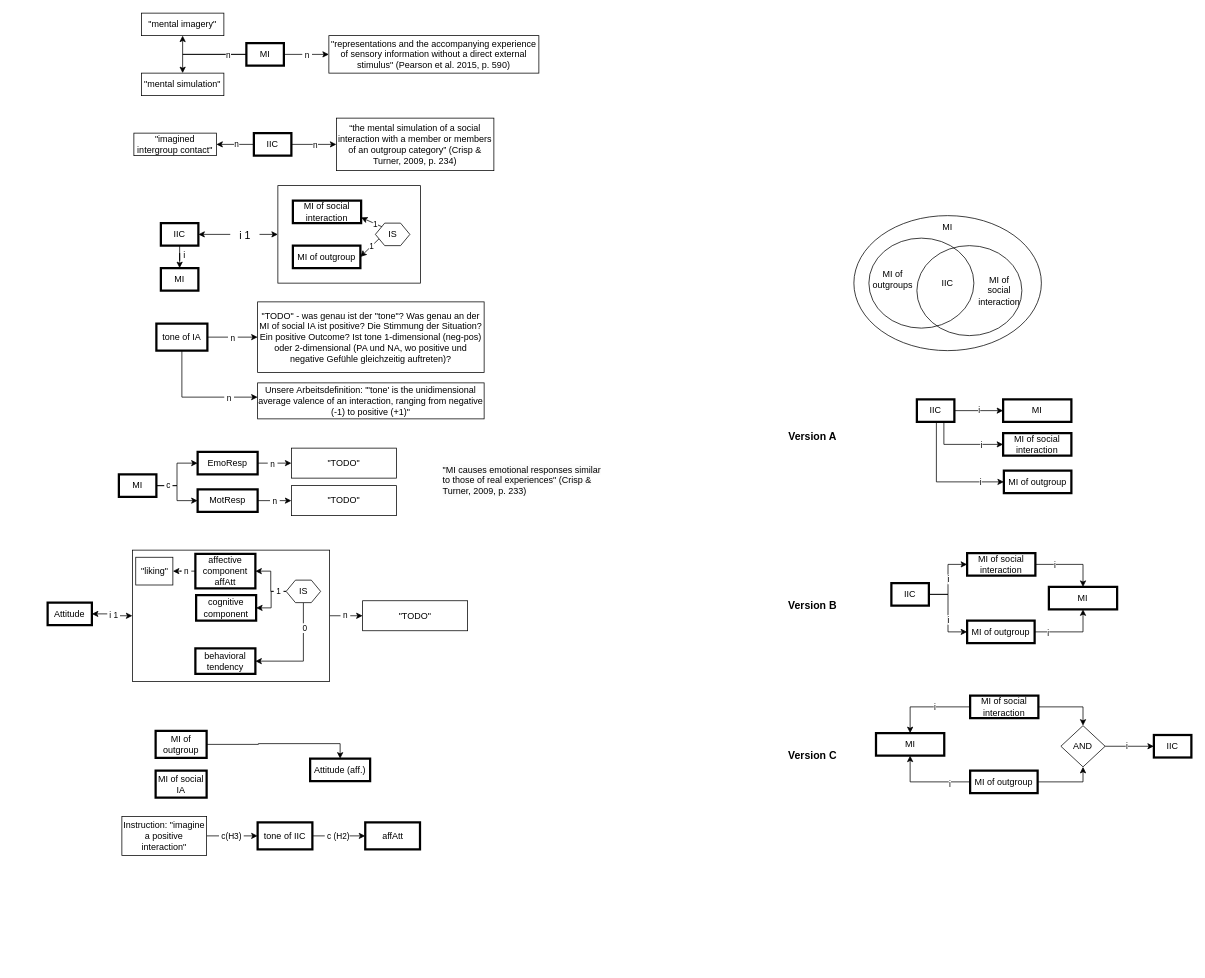
Above: VAST/ICH-VAST.drawio in alpkaanaksu/imagined-contact-hypothesis (draw.io), before the change. Source tidied: cells renumbered, new cells numbered last; positions are measured from the earlier drawing's top-left corner, leaving out a move shared by most shapes. Both pictures are drawn from the tidied source at 75%, with x=0, y=0 at pixel (47, 13).
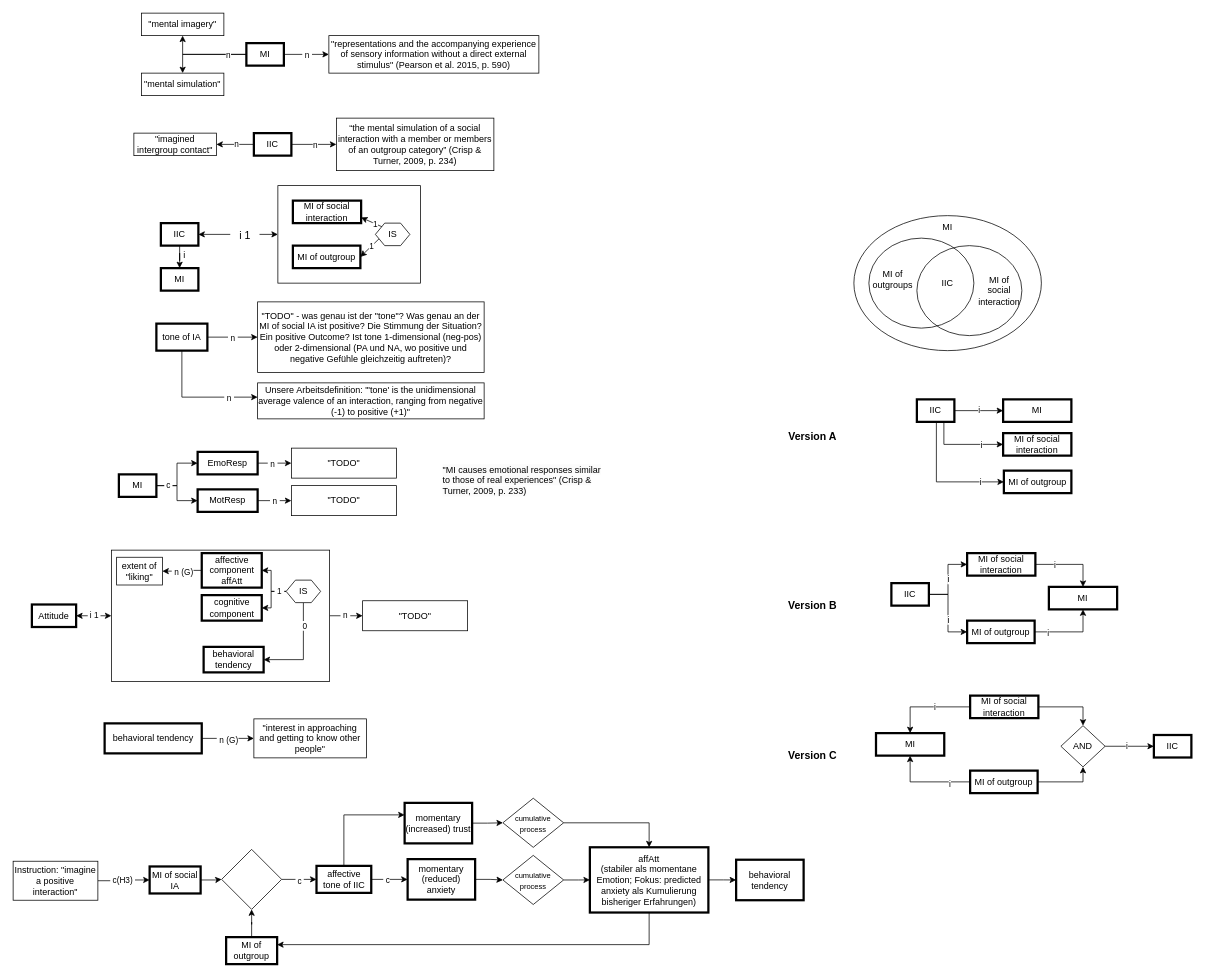
After the change.

The change refers to these unchanged cells:
```xml
<mxCell id="98" style="edgeStyle=orthogonalEdgeStyle;rounded=0;jettySize=auto;html=1;" parent="1" edge="1" source="100" target="111">
  <mxGeometry relative="1" as="geometry" />
</mxCell>
<mxCell id="112" style="edgeStyle=orthogonalEdgeStyle;rounded=0;jettySize=auto;html=1;" parent="1" edge="1" source="114" target="125">
  <mxGeometry relative="1" as="geometry" />
</mxCell>
<mxCell id="123" value="IS" style="verticalLabelPosition=middle;verticalAlign=middle;html=1;shape=hexagon;perimeter=hexagonPerimeter2;arcSize=6;size=0.27;align=center;labelPosition=center;" parent="1" vertex="1">
  <mxGeometry x="318" y="756" width="46" height="30" as="geometry" />
</mxCell>
```

The edit, as a diff of the source:
```diff
@@
     <mxCell id="6" style="rounded=0;whiteSpace=wrap;html=1;" parent="1" vertex="1">
-      <mxGeometry x="113" y="716" width="263" height="175" as="geometry" />
+      <mxGeometry x="85" y="716" width="291" height="175" as="geometry" />
     </mxCell>
@@
-    <mxCell id="94" style="edgeStyle=orthogonalEdgeStyle;rounded=0;jettySize=auto;html=1;" parent="1" edge="1" source="95" target="96">
-      <mxGeometry relative="1" as="geometry" />
-    </mxCell>
+    <mxCell id="126" style="edgeStyle=orthogonalEdgeStyle;rounded=0;jettySize=auto;html=1;" parent="1" edge="1" source="95" target="136">
+      <mxGeometry relative="1" as="geometry" />
+    </mxCell>
     <mxCell id="95" value="MI of outgroup" style="rounded=0;whiteSpace=wrap;html=1;strokeWidth=3;" parent="1" vertex="1">
-      <mxGeometry x="144" y="957" width="68" height="36" as="geometry" />
+      <mxGeometry x="238" y="1232" width="68" height="36" as="geometry" />
     </mxCell>
-    <mxCell id="96" value="Attitude (aff.)" style="rounded=0;whiteSpace=wrap;html=1;strokeWidth=3;" parent="1" vertex="1">
-      <mxGeometry x="350" y="994" width="80" height="30" as="geometry" />
-    </mxCell>
+    <mxCell id="127" style="edgeStyle=orthogonalEdgeStyle;rounded=0;jettySize=auto;html=1;" parent="1" edge="1" source="97" target="136">
+      <mxGeometry relative="1" as="geometry" />
+    </mxCell>
     <mxCell id="97" value="MI of social IA" style="rounded=0;whiteSpace=wrap;html=1;strokeWidth=3;" parent="1" vertex="1">
-      <mxGeometry x="144" y="1010" width="68" height="36" as="geometry" />
+      <mxGeometry x="136" y="1137.8" width="68" height="36" as="geometry" />
     </mxCell>
@@
-    <mxCell id="99" value="&amp;nbsp;c (H2)" style="edgeLabel;html=1;align=center;verticalAlign=middle;" parent="98" vertex="1">
+    <mxCell id="99" value="&amp;nbsp;c" style="edgeLabel;html=1;align=center;verticalAlign=middle;" parent="98" vertex="1">
       <mxGeometry x="0.01" relative="1" as="geometry">
         <mxPoint x="-4" as="offset" />
       </mxGeometry>
     </mxCell>
+    <mxCell id="128" style="edgeStyle=orthogonalEdgeStyle;rounded=0;jettySize=auto;html=1;" parent="1" edge="1" source="100" target="144">
+      <mxGeometry relative="1" as="geometry">
+        <Array as="points">
+          <mxPoint x="395" y="1069" />
+        </Array>
+      </mxGeometry>
+    </mxCell>
-    <mxCell id="100" value="tone of IIC" style="rounded=0;whiteSpace=wrap;html=1;strokeWidth=3;" parent="1" vertex="1">
-      <mxGeometry x="280" y="1079" width="73" height="36" as="geometry" />
+    <mxCell id="100" value="affective tone of IIC" style="rounded=0;whiteSpace=wrap;html=1;strokeWidth=3;" parent="1" vertex="1">
+      <mxGeometry x="358.5" y="1137" width="73" height="36" as="geometry" />
     </mxCell>
@@
-    <mxCell id="108" style="edgeStyle=orthogonalEdgeStyle;rounded=0;jettySize=auto;html=1;" parent="1" edge="1" source="110" target="100">
+    <mxCell id="108" style="edgeStyle=orthogonalEdgeStyle;rounded=0;jettySize=auto;html=1;" parent="1" edge="1" source="110" target="97">
       <mxGeometry relative="1" as="geometry" />
     </mxCell>
@@
     <mxCell id="110" value="Instruction: &quot;imagine a positive interaction&quot;" style="rounded=0;whiteSpace=wrap;html=1;" parent="1" vertex="1">
-      <mxGeometry x="99" y="1071" width="113" height="52" as="geometry" />
+      <mxGeometry x="-46" y="1130.8" width="113" height="52" as="geometry" />
     </mxCell>
+    <mxCell id="129" style="edgeStyle=orthogonalEdgeStyle;rounded=0;jettySize=auto;html=1;" parent="1" edge="1" source="142" target="139">
+      <mxGeometry relative="1" as="geometry" />
+    </mxCell>
-    <mxCell id="111" value="affAtt" style="rounded=0;whiteSpace=wrap;html=1;strokeWidth=3;" parent="1" vertex="1">
-      <mxGeometry x="423.5" y="1079" width="73" height="36" as="geometry" />
+    <mxCell id="111" value="momentary (reduced) anxiety" style="rounded=0;whiteSpace=wrap;html=1;strokeWidth=3;" parent="1" vertex="1">
+      <mxGeometry x="480" y="1128" width="90" height="54" as="geometry" />
     </mxCell>
@@
-    <mxCell id="113" value="&amp;nbsp;n&amp;nbsp;" style="edgeLabel;html=1;align=center;verticalAlign=middle;" parent="112" vertex="1">
-      <mxGeometry x="0.32" y="-1" relative="1" as="geometry" />
+    <mxCell id="113" value="&amp;nbsp;n (G)" style="edgeLabel;html=1;align=center;verticalAlign=middle;" parent="112" vertex="1">
+      <mxGeometry x="0.32" y="-1" relative="1" as="geometry">
+        <mxPoint x="8" y="1" as="offset" />
+      </mxGeometry>
     </mxCell>
     <mxCell id="114" value="affective component affAtt" style="rounded=0;whiteSpace=wrap;html=1;strokeWidth=3;" parent="1" vertex="1">
-      <mxGeometry x="197" y="721" width="80" height="46" as="geometry" />
+      <mxGeometry x="205.5" y="720" width="80" height="46" as="geometry" />
     </mxCell>
@@
     <mxCell id="116" value="cognitive component" style="rounded=0;whiteSpace=wrap;html=1;strokeWidth=3;" parent="1" vertex="1">
-      <mxGeometry x="198" y="776" width="80" height="34" as="geometry" />
+      <mxGeometry x="205.5" y="776" width="80" height="34" as="geometry" />
     </mxCell>
     <mxCell id="117" value="behavioral tendency" style="rounded=0;whiteSpace=wrap;html=1;strokeWidth=3;" parent="1" vertex="1">
-      <mxGeometry x="197" y="847" width="80" height="34" as="geometry" />
+      <mxGeometry x="208" y="845" width="80" height="34" as="geometry" />
     </mxCell>
@@
-    <mxCell id="121" style="edgeStyle=orthogonalEdgeStyle;rounded=0;jettySize=auto;html=1;entryX=1;entryY=0.5;entryDx=0;entryDy=0;exitX=0.5;exitY=1;exitDx=0;exitDy=0;" parent="1" edge="1" source="123" target="117">
-      <mxGeometry relative="1" as="geometry">
-        <Array as="points">
-          <mxPoint x="341" y="864" />
-        </Array>
-      </mxGeometry>
+    <mxCell id="121" style="edgeStyle=orthogonalEdgeStyle;rounded=0;jettySize=auto;html=1;exitX=0.5;exitY=1;exitDx=0;exitDy=0;entryX=1;entryY=0.5;entryDx=0;entryDy=0;" parent="1" edge="1" source="123" target="117">
+      <mxGeometry relative="1" as="geometry" />
     </mxCell>
@@
     <mxCell id="124" value="Attitude" style="rounded=0;whiteSpace=wrap;html=1;strokeWidth=3;" parent="1" vertex="1">
-      <mxGeometry y="786" width="59" height="30" as="geometry" />
+      <mxGeometry x="-21" y="788.5" width="59" height="30" as="geometry" />
     </mxCell>
-    <mxCell id="125" value="&quot;liking&quot;" style="rounded=0;whiteSpace=wrap;html=1;" parent="1" vertex="1">
-      <mxGeometry x="117.5" y="725.5" width="49.5" height="37" as="geometry" />
+    <mxCell id="125" value="extent of &quot;liking&quot;" style="rounded=0;whiteSpace=wrap;html=1;" parent="1" vertex="1">
+      <mxGeometry x="92" y="725.5" width="61" height="37" as="geometry" />
     </mxCell>
+    <mxCell id="130" style="edgeStyle=orthogonalEdgeStyle;rounded=0;jettySize=auto;html=1;" parent="1" edge="1" source="132" target="133">
+      <mxGeometry relative="1" as="geometry" />
+    </mxCell>
+    <mxCell id="131" value="&amp;nbsp;n (G)" style="edgeLabel;html=1;align=center;verticalAlign=middle;" parent="130" vertex="1">
+      <mxGeometry x="-0.01" y="-1" relative="1" as="geometry" />
+    </mxCell>
+    <mxCell id="132" value="behavioral tendency" style="rounded=0;whiteSpace=wrap;html=1;strokeWidth=3;" parent="1" vertex="1">
+      <mxGeometry x="76" y="947" width="129.5" height="40" as="geometry" />
+    </mxCell>
+    <mxCell id="133" value="&quot;interest in approaching and getting to know other people&quot;" style="rounded=0;whiteSpace=wrap;html=1;" parent="1" vertex="1">
+      <mxGeometry x="275" y="941" width="150" height="52" as="geometry" />
+    </mxCell>
+    <mxCell id="134" style="edgeStyle=orthogonalEdgeStyle;rounded=0;jettySize=auto;html=1;" parent="1" edge="1" source="136" target="100">
+      <mxGeometry relative="1" as="geometry" />
+    </mxCell>
+    <mxCell id="135" value="&amp;nbsp;c&amp;nbsp;" style="edgeLabel;html=1;align=center;verticalAlign=middle;" parent="134" vertex="1">
+      <mxGeometry y="-1" relative="1" as="geometry" />
+    </mxCell>
+    <mxCell id="136" style="rhombus;whiteSpace=wrap;html=1;" parent="1" vertex="1">
+      <mxGeometry x="232" y="1115" width="80" height="80" as="geometry" />
+    </mxCell>
+    <mxCell id="137" style="edgeStyle=orthogonalEdgeStyle;rounded=0;jettySize=auto;html=1;" parent="1" edge="1" source="139" target="140">
+      <mxGeometry relative="1" as="geometry" />
+    </mxCell>
+    <mxCell id="138" style="edgeStyle=orthogonalEdgeStyle;rounded=0;jettySize=auto;html=1;" parent="1" edge="1" source="139" target="95">
+      <mxGeometry relative="1" as="geometry">
+        <Array as="points">
+          <mxPoint x="802" y="1242" />
+          <mxPoint x="272" y="1242" />
+          <mxPoint x="272" y="1243" />
+        </Array>
+      </mxGeometry>
+    </mxCell>
+    <mxCell id="139" value="affAtt&lt;br&gt;(stabiler als momentane Emotion; Fokus: predicted anxiety als Kumulierung bisheriger Erfahrungen)" style="rounded=0;whiteSpace=wrap;html=1;strokeWidth=3;" parent="1" vertex="1">
+      <mxGeometry x="723" y="1112.2" width="158" height="87" as="geometry" />
+    </mxCell>
+    <mxCell id="140" value="behavioral tendency" style="rounded=0;whiteSpace=wrap;html=1;strokeWidth=3;" parent="1" vertex="1">
+      <mxGeometry x="918" y="1128.8" width="90" height="54" as="geometry" />
+    </mxCell>
+    <mxCell id="141" style="edgeStyle=orthogonalEdgeStyle;rounded=0;jettySize=auto;html=1;" parent="1" edge="1" source="111" target="142">
+      <mxGeometry relative="1" as="geometry" />
+    </mxCell>
+    <mxCell id="142" value="&lt;font style=&quot;font-size: 10px;&quot;&gt;cumulative process&lt;/font&gt;" style="rhombus;whiteSpace=wrap;html=1;" parent="1" vertex="1">
+      <mxGeometry x="607" y="1123" width="81" height="65.5" as="geometry" />
+    </mxCell>
+    <mxCell id="143" style="edgeStyle=orthogonalEdgeStyle;rounded=0;jettySize=auto;html=1;" parent="1" edge="1" source="144" target="146">
+      <mxGeometry relative="1" as="geometry" />
+    </mxCell>
+    <mxCell id="144" value="momentary (increased) trust" style="rounded=0;whiteSpace=wrap;html=1;strokeWidth=3;" parent="1" vertex="1">
+      <mxGeometry x="476" y="1053" width="90" height="54" as="geometry" />
+    </mxCell>
+    <mxCell id="145" style="edgeStyle=orthogonalEdgeStyle;rounded=0;jettySize=auto;html=1;entryX=0.5;entryY=0;entryDx=0;entryDy=0;" parent="1" edge="1" source="146" target="139">
+      <mxGeometry relative="1" as="geometry" />
+    </mxCell>
+    <mxCell id="146" value="&lt;font style=&quot;font-size: 10px;&quot;&gt;cumulative process&lt;/font&gt;" style="rhombus;whiteSpace=wrap;html=1;" parent="1" vertex="1">
+      <mxGeometry x="607" y="1046.8" width="81" height="65.5" as="geometry" />
+    </mxCell>
```
